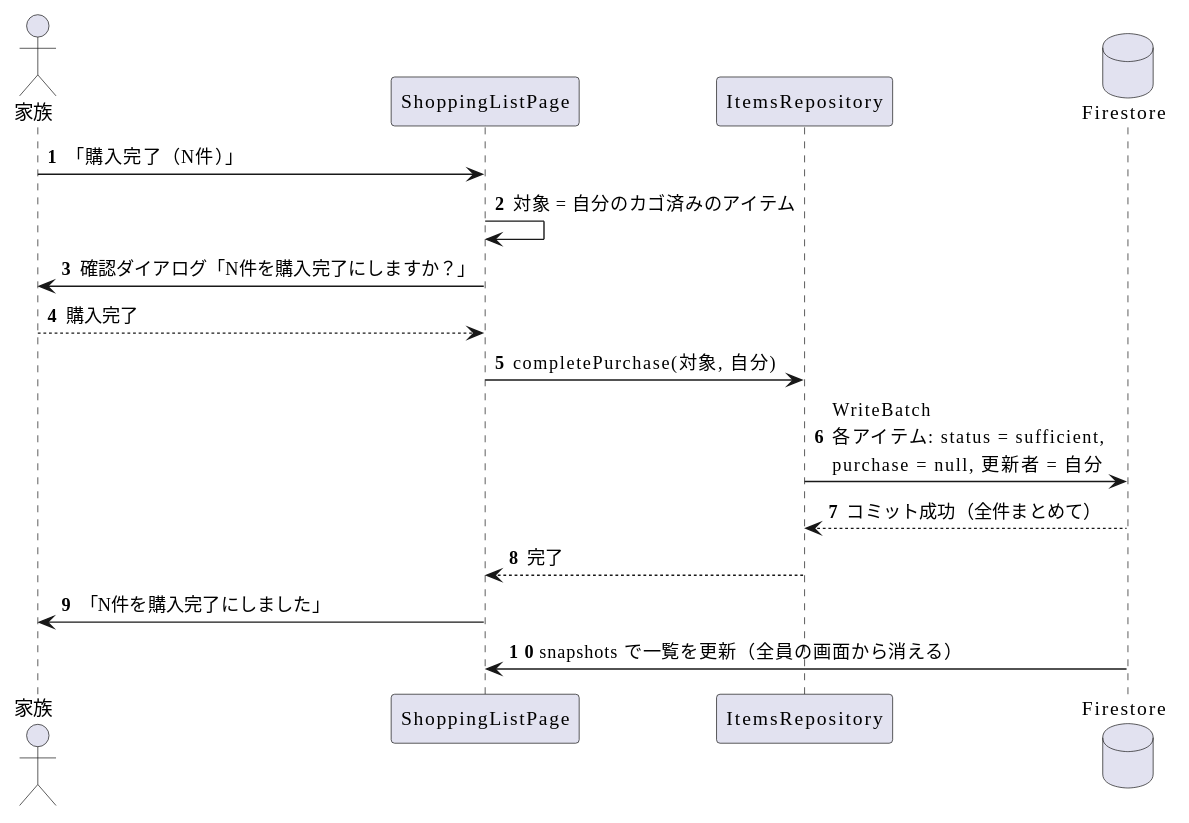
Earlier version of the PlantUML export design/sequences/diagrams/complete_purchase.svg (LASC-SINCE2015/LivingManager). Source of this version:
```plantuml
@startuml
!pragma layout smetana
skinparam defaultFontName "Meiryo"
autonumber

actor "家族" as user
participant "ShoppingListPage" as page
participant "ItemsRepository" as repo
database "Firestore" as fs

user -> page : 「購入完了（N件）」
page -> page : 対象 = 自分のカゴ済みのアイテム
page -> user : 確認ダイアログ「N件を購入完了にしますか？」
user --> page : 購入完了
page -> repo : completePurchase(対象, 自分)
repo -> fs : WriteBatch\n各アイテム: status = sufficient,\npurchase = null, 更新者 = 自分
fs --> repo : コミット成功（全件まとめて）
repo --> page : 完了
page -> user : 「N件を購入完了にしました」
fs -> page : snapshots で一覧を更新（全員の画面から消える）
@enduml
```
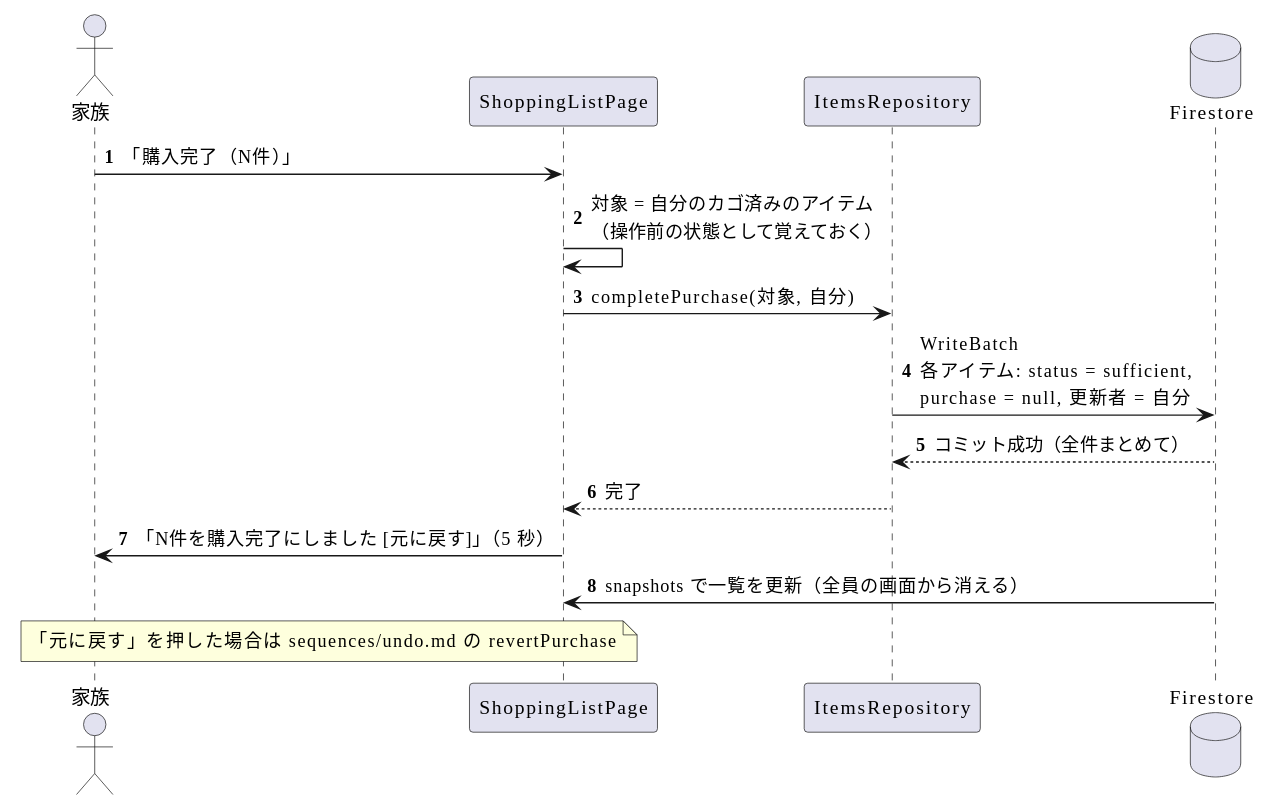
The same file after the commit.

The edit, as a diff of the source:
```diff
@@ -9,13 +9,12 @@
 database "Firestore" as fs
 
 user -> page : 「購入完了（N件）」
-page -> page : 対象 = 自分のカゴ済みのアイテム
-page -> user : 確認ダイアログ「N件を購入完了にしますか？」
-user --> page : 購入完了
+page -> page : 対象 = 自分のカゴ済みのアイテム\n（操作前の状態として覚えておく）
 page -> repo : completePurchase(対象, 自分)
 repo -> fs : WriteBatch\n各アイテム: status = sufficient,\npurchase = null, 更新者 = 自分
 fs --> repo : コミット成功（全件まとめて）
 repo --> page : 完了
-page -> user : 「N件を購入完了にしました」
+page -> user : 「N件を購入完了にしました [元に戻す]」（5 秒）
 fs -> page : snapshots で一覧を更新（全員の画面から消える）
+note over user, page : 「元に戻す」を押した場合は sequences/undo.md の revertPurchase
 @enduml
```
